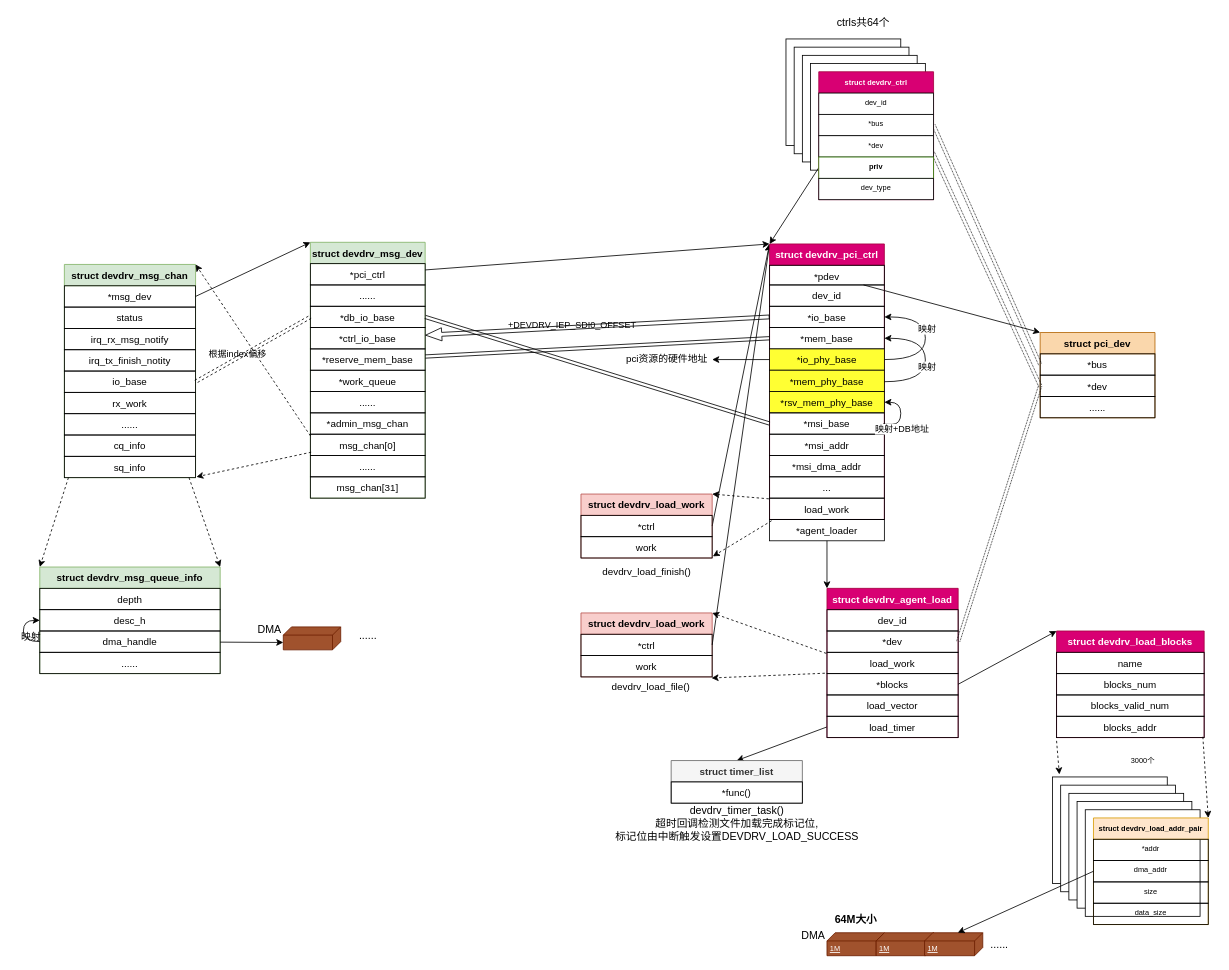
Earlier version of the draw.io diagram atlas200.drawio (qiaoshouxing/draw.io). Source tidied: cells renumbered, new cells numbered last; positions are measured from the earlier drawing's top-left corner, leaving out a move shared by most shapes. Both pictures are drawn from the tidied source at 82%, with x=0, y=0 at pixel (14, 14).
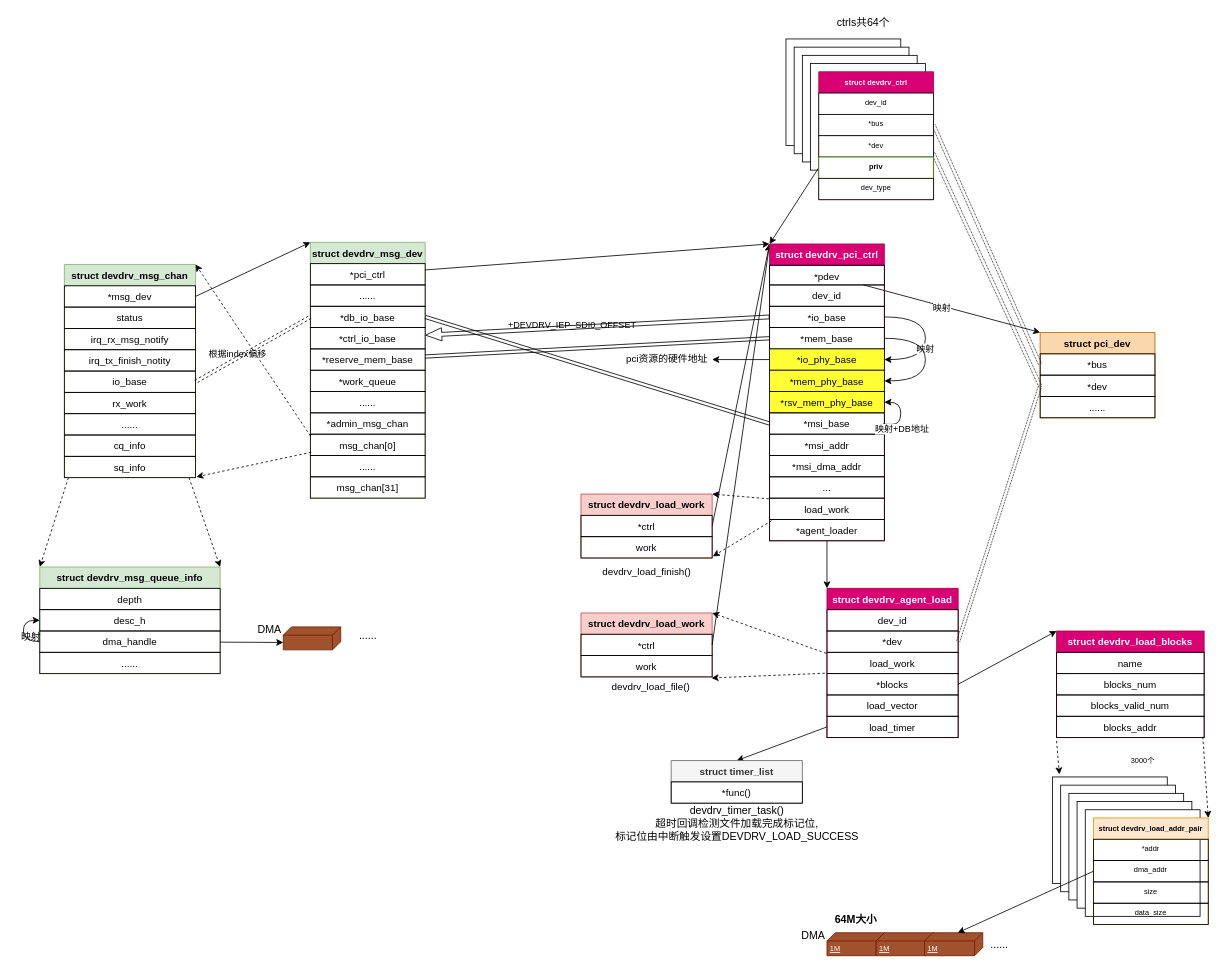
Above is the later version.

Unchanged cells that the change refers to:
```xml
<mxCell id="39" value="*io_base" style="text;strokeColor=#000000;fillColor=none;align=center;verticalAlign=top;spacingLeft=4;spacingRight=4;overflow=hidden;points=[[0,0.5],[1,0.5]];portConstraint=eastwest;" parent="36" vertex="1">
  <mxGeometry y="76" width="140" height="26" as="geometry" />
</mxCell>
<mxCell id="40" value="*mem_base" style="text;strokeColor=#000000;fillColor=none;align=center;verticalAlign=top;spacingLeft=4;spacingRight=4;overflow=hidden;points=[[0,0.5],[1,0.5]];portConstraint=eastwest;" parent="36" vertex="1">
  <mxGeometry y="102" width="140" height="26" as="geometry" />
</mxCell>
<mxCell id="43" value="*io_phy_base" style="text;strokeColor=#000000;fillColor=#FFFF33;align=center;verticalAlign=top;spacingLeft=4;spacingRight=4;overflow=hidden;points=[[0,0.5],[1,0.5]];portConstraint=eastwest;labelBackgroundColor=none;" parent="36" vertex="1">
  <mxGeometry y="128" width="140" height="26" as="geometry" />
</mxCell>
<mxCell id="44" value="*mem_phy_base" style="text;strokeColor=#000000;fillColor=#FFFF33;align=center;verticalAlign=top;spacingLeft=4;spacingRight=4;overflow=hidden;points=[[0,0.5],[1,0.5]];portConstraint=eastwest;" parent="36" vertex="1">
  <mxGeometry y="154" width="140" height="26" as="geometry" />
</mxCell>
```

What changed in the source:
```diff
@@
     <mxCell id="36" value="struct devdrv_pci_ctrl" style="swimlane;fontStyle=1;horizontal=1;startSize=26;fillColor=#d80073;strokeColor=#A50040;fontColor=#ffffff;" parent="1" vertex="1">
-      <mxGeometry x="921" y="280" width="140" height="336" as="geometry" />
+      <mxGeometry x="921" y="280" width="140" height="362" as="geometry" />
     </mxCell>
@@
-    <mxCell id="41" style="edgeStyle=orthogonalEdgeStyle;curved=1;rounded=0;jettySize=auto;html=1;entryX=1;entryY=0.5;entryDx=0;entryDy=0;exitX=1;exitY=0.5;exitDx=0;exitDy=0;" parent="36" edge="1" source="43" target="39">
+    <mxCell id="41" style="edgeStyle=orthogonalEdgeStyle;curved=1;rounded=0;jettySize=auto;html=1;entryX=1;entryY=0.5;entryDx=0;entryDy=0;exitX=1;exitY=0.5;exitDx=0;exitDy=0;" parent="36" edge="1" source="39" target="43">
       <mxGeometry relative="1" as="geometry">
         <Array as="points">
+          <mxPoint x="190" y="89" />
           <mxPoint x="190" y="141" />
-          <mxPoint x="190" y="89" />
         </Array>
       </mxGeometry>
     </mxCell>
@@
-    <mxCell id="51" style="edgeStyle=orthogonalEdgeStyle;curved=1;rounded=0;jettySize=auto;html=1;entryX=1;entryY=0.5;entryDx=0;entryDy=0;exitX=1;exitY=0.5;exitDx=0;exitDy=0;" parent="36" edge="1" source="36" target="40">
+    <mxCell id="51" style="edgeStyle=orthogonalEdgeStyle;curved=1;rounded=0;jettySize=auto;html=1;entryX=1;entryY=0.5;entryDx=0;entryDy=0;exitX=1;exitY=0.5;exitDx=0;exitDy=0;" parent="36" edge="1" source="40" target="44">
       <mxGeometry relative="1" as="geometry">
         <Array as="points">
-          <mxPoint x="190" y="168" />
           <mxPoint x="190" y="115" />
+          <mxPoint x="190" y="167" />
         </Array>
       </mxGeometry>
     </mxCell>
@@
+    <mxCell id="109" value="*agent_loader" style="text;strokeColor=#000000;fillColor=none;align=center;verticalAlign=top;spacingLeft=4;spacingRight=4;overflow=hidden;points=[[0,0.5],[1,0.5]];portConstraint=eastwest;" parent="36" vertex="1">
+      <mxGeometry y="336" width="140" height="26" as="geometry" />
+    </mxCell>
@@
-    <mxCell id="109" value="*agent_loader" style="text;strokeColor=#000000;fillColor=none;align=center;verticalAlign=top;spacingLeft=4;spacingRight=4;overflow=hidden;points=[[0,0.5],[1,0.5]];portConstraint=eastwest;" parent="1" vertex="1">
-      <mxGeometry x="921" y="616" width="140" height="26" as="geometry" />
-    </mxCell>
```
